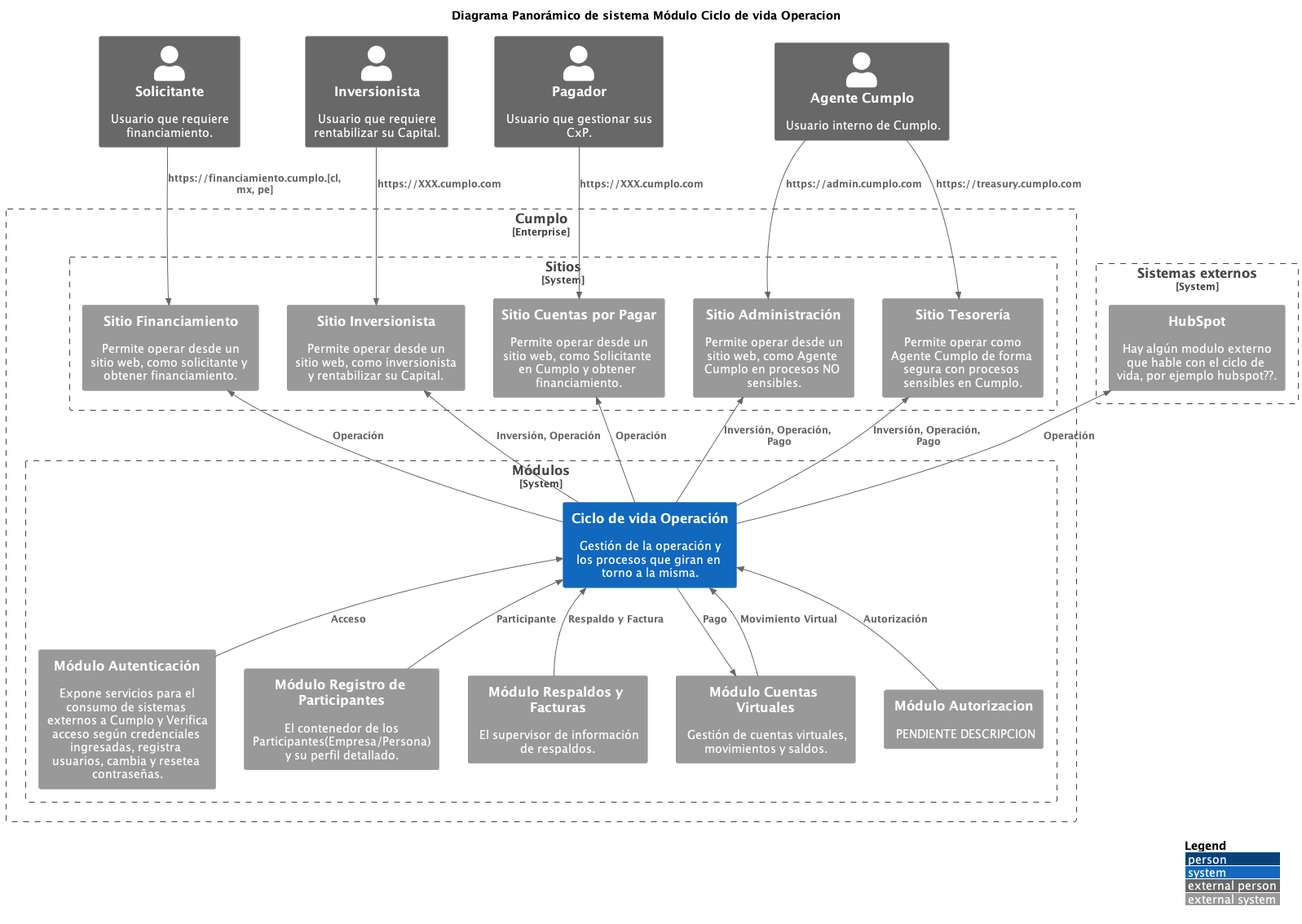
This is CicloVidaOperacion/ContextoPanoramicoOperacion.png from kpeet/koyweC4, a PlantUML export, as it was before one commit.
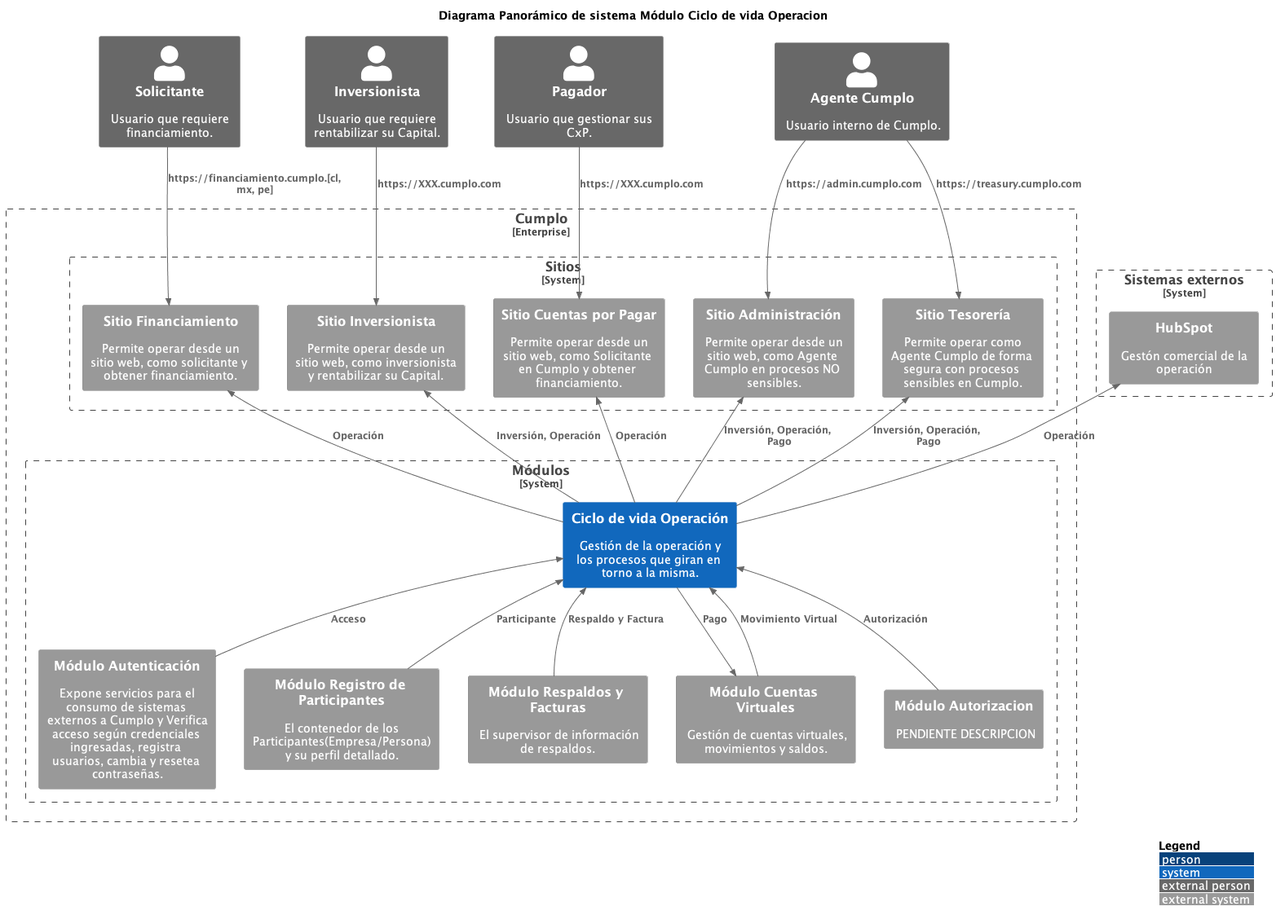
Above is the later version.

The edit, as a diff of the source:
```diff
@@ -38,7 +38,7 @@
 }
 
 System_Boundary(sistemas_externos, $PERIMETRO_SISTEMAS_EXTERNOS){
-    System_Ext(hubspot, "HubSpot", "Hay algún modulo externo que hable con el ciclo de vida, por ejemplo hubspot??.")
+    System_Ext(hubspot, $S_EXT_TITULO_HUBSPOT,$S_EXT_DESCRIPCION_HUBSPOT )
 }
 
 
```
